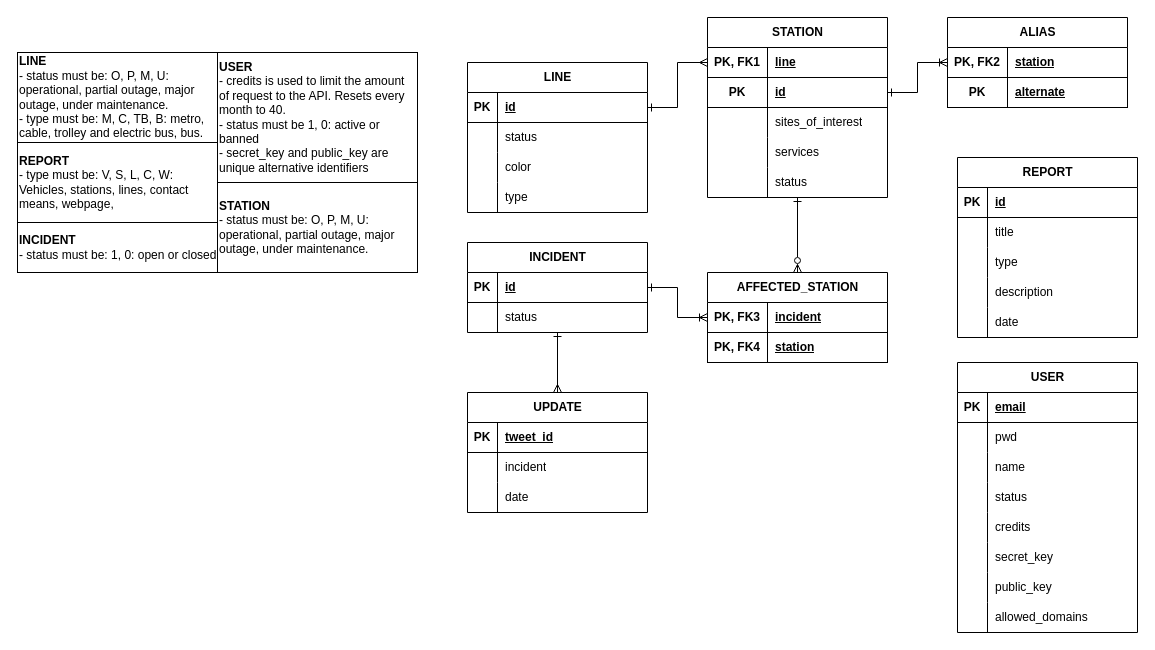
The draw.io diagram db.drawio in danielcgiraldo/metromap, before the edit. Source tidied: cells renumbered, new cells numbered last; positions are measured from the earlier drawing's top-left corner, leaving out a move shared by most shapes. Both pictures are drawn from the tidied source at 100%, with x=0, y=0 at pixel (17, 17).
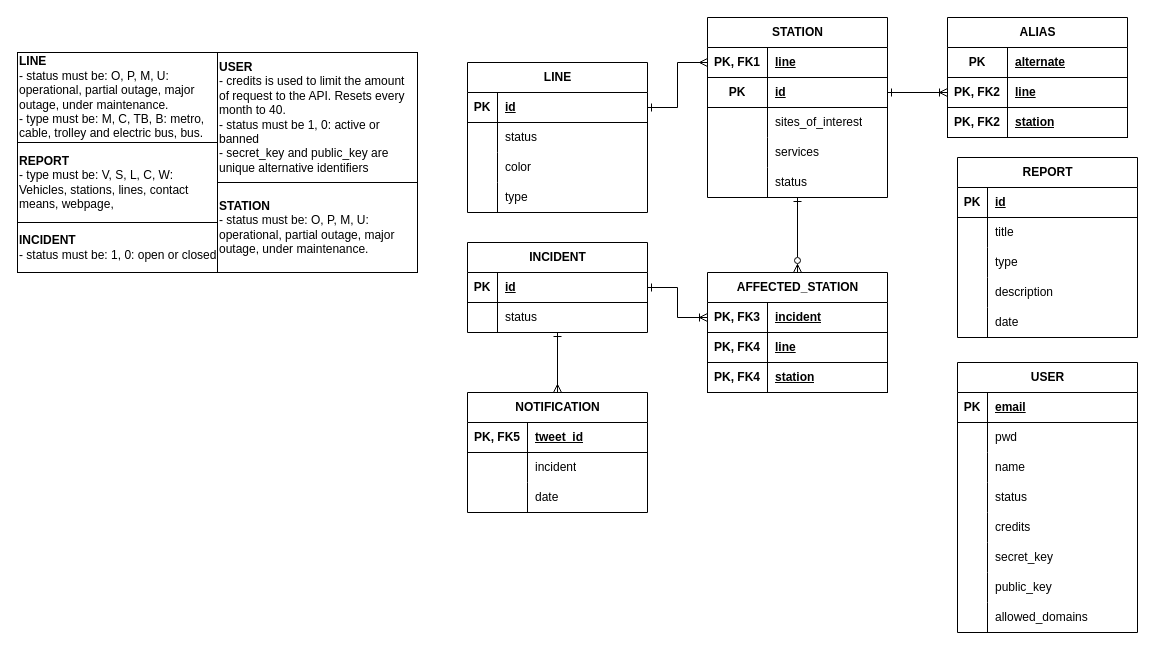
After the change.

The change refers to these unchanged cells:
```xml
<mxCell id="65" style="shape=tableRow;horizontal=0;startSize=0;swimlaneHead=0;swimlaneBody=0;fillColor=none;top=0;left=0;right=0;bottom=1;" parent="64" vertex="1">
  <mxGeometry y="30" width="180" height="30" as="geometry" />
</mxCell>
<mxCell id="68" style="shape=tableRow;horizontal=0;startSize=0;swimlaneHead=0;swimlaneBody=0;fillColor=none;top=0;left=0;right=0;bottom=0;" parent="64" vertex="1">
  <mxGeometry y="60" width="180" height="30" as="geometry" />
</mxCell>
<mxCell id="71" style="shape=tableRow;horizontal=0;startSize=0;swimlaneHead=0;swimlaneBody=0;fillColor=none;top=0;left=0;right=0;bottom=0;" parent="64" vertex="1">
  <mxGeometry y="90" width="180" height="30" as="geometry" />
</mxCell>
<mxCell id="107" style="shape=tableRow;horizontal=0;startSize=0;swimlaneHead=0;swimlaneBody=0;fillColor=none;top=0;left=0;right=0;bottom=1;strokeColor=default;swimlaneLine=1;" parent="103" vertex="1">
  <mxGeometry y="60" width="180" height="30" as="geometry" />
</mxCell>
```

The edit, as a diff of the source:
```diff
@@
-    <mxCell id="64" value="UPDATE" style="shape=table;startSize=30;childLayout=tableLayout;rowLines=0;fontStyle=1;align=center;html=1;" parent="1" vertex="1">
+    <mxCell id="64" value="NOTIFICATION" style="shape=table;startSize=30;childLayout=tableLayout;rowLines=0;fontStyle=1;align=center;html=1;" parent="1" vertex="1">
       <mxGeometry x="450" y="375" width="180" height="120" as="geometry" />
     </mxCell>
@@
-    <mxCell id="66" value="PK" style="shape=partialRectangle;fillColor=none;top=0;left=0;bottom=0;right=0;fontStyle=1;overflow=hidden;whiteSpace=wrap;html=1;" parent="65" vertex="1">
-      <mxGeometry width="30" height="30" as="geometry" />
+    <mxCell id="66" value="PK, FK5" style="shape=partialRectangle;fillColor=none;top=0;left=0;bottom=0;right=0;fontStyle=1;overflow=hidden;whiteSpace=wrap;html=1;" parent="65" vertex="1">
+      <mxGeometry width="60" height="30" as="geometry" />
     </mxCell>
     <mxCell id="67" value="tweet_id" style="shape=partialRectangle;fillColor=none;top=0;left=0;bottom=0;right=0;align=left;spacingLeft=6;fontStyle=5;overflow=hidden;whiteSpace=wrap;html=1;" parent="65" vertex="1">
-      <mxGeometry x="30" width="150" height="30" as="geometry" />
+      <mxGeometry x="60" width="120" height="30" as="geometry" />
     </mxCell>
@@
     <mxCell id="69" style="shape=partialRectangle;fillColor=none;top=0;left=0;bottom=0;right=0;overflow=hidden;whiteSpace=wrap;html=1;" parent="68" vertex="1">
-      <mxGeometry width="30" height="30" as="geometry" />
+      <mxGeometry width="60" height="30" as="geometry" />
     </mxCell>
     <mxCell id="70" value="incident" style="shape=partialRectangle;fillColor=none;top=0;left=0;bottom=0;right=0;align=left;spacingLeft=6;overflow=hidden;whiteSpace=wrap;html=1;" parent="68" vertex="1">
-      <mxGeometry x="30" width="150" height="30" as="geometry" />
+      <mxGeometry x="60" width="120" height="30" as="geometry" />
     </mxCell>
@@
     <mxCell id="72" style="shape=partialRectangle;fillColor=none;top=0;left=0;bottom=0;right=0;overflow=hidden;whiteSpace=wrap;html=1;" parent="71" vertex="1">
-      <mxGeometry width="30" height="30" as="geometry" />
+      <mxGeometry width="60" height="30" as="geometry" />
     </mxCell>
     <mxCell id="73" value="date" style="shape=partialRectangle;fillColor=none;top=0;left=0;bottom=0;right=0;align=left;spacingLeft=6;overflow=hidden;whiteSpace=wrap;html=1;" parent="71" vertex="1">
-      <mxGeometry x="30" width="150" height="30" as="geometry" />
+      <mxGeometry x="60" width="120" height="30" as="geometry" />
     </mxCell>
@@
     <mxCell id="95" value="ALIAS" style="shape=table;startSize=30;childLayout=tableLayout;rowLines=0;fontStyle=1;align=center;html=1;" parent="1" vertex="1">
-      <mxGeometry x="930" width="180" height="90" as="geometry" />
+      <mxGeometry x="930" width="180" height="120" as="geometry" />
     </mxCell>
+    <mxCell id="99" style="shape=tableRow;horizontal=0;startSize=0;swimlaneHead=0;swimlaneBody=0;fillColor=none;top=0;left=0;right=0;bottom=1;strokeColor=default;swimlaneLine=1;" parent="95" vertex="1">
+      <mxGeometry y="30" width="180" height="30" as="geometry" />
+    </mxCell>
+    <mxCell id="100" value="PK" style="shape=partialRectangle;fillColor=none;top=0;left=0;bottom=0;right=0;fontStyle=1;overflow=hidden;whiteSpace=wrap;html=1;shadow=0;strokeColor=default;strokeWidth=1;" parent="99" vertex="1">
+      <mxGeometry width="60" height="30" as="geometry" />
+    </mxCell>
+    <mxCell id="101" value="alternate" style="shape=partialRectangle;fillColor=none;top=0;left=0;bottom=0;right=0;align=left;spacingLeft=6;fontStyle=5;overflow=hidden;whiteSpace=wrap;html=1;shadow=0;strokeColor=default;strokeWidth=1;" parent="99" vertex="1">
+      <mxGeometry x="60" width="120" height="30" as="geometry" />
+    </mxCell>
     <mxCell id="96" style="shape=tableRow;horizontal=0;startSize=0;swimlaneHead=0;swimlaneBody=0;fillColor=none;points=[[0,0.5],[1,0.5]];portConstraint=eastwest;top=0;left=0;right=0;bottom=1;" parent="95" vertex="1">
-      <mxGeometry y="30" width="180" height="30" as="geometry" />
+      <mxGeometry y="60" width="180" height="30" as="geometry" />
     </mxCell>
@@
-    <mxCell id="98" value="station" style="shape=partialRectangle;fillColor=none;top=0;left=0;bottom=0;right=0;align=left;spacingLeft=6;fontStyle=5;overflow=hidden;whiteSpace=wrap;html=1;" parent="96" vertex="1">
+    <mxCell id="98" value="line" style="shape=partialRectangle;fillColor=none;top=0;left=0;bottom=0;right=0;align=left;spacingLeft=6;fontStyle=5;overflow=hidden;whiteSpace=wrap;html=1;" parent="96" vertex="1">
       <mxGeometry x="60" width="120" height="30" as="geometry" />
     </mxCell>
-    <mxCell id="99" style="shape=tableRow;horizontal=0;startSize=0;swimlaneHead=0;swimlaneBody=0;fillColor=none;top=0;left=0;right=0;bottom=1;strokeColor=default;swimlaneLine=1;" parent="95" vertex="1">
-      <mxGeometry y="60" width="180" height="30" as="geometry" />
-    </mxCell>
-    <mxCell id="100" value="PK" style="shape=partialRectangle;fillColor=none;top=0;left=0;bottom=0;right=0;fontStyle=1;overflow=hidden;whiteSpace=wrap;html=1;shadow=0;strokeColor=default;strokeWidth=1;" parent="99" vertex="1">
-      <mxGeometry width="60" height="30" as="geometry" />
-    </mxCell>
-    <mxCell id="101" value="alternate" style="shape=partialRectangle;fillColor=none;top=0;left=0;bottom=0;right=0;align=left;spacingLeft=6;fontStyle=5;overflow=hidden;whiteSpace=wrap;html=1;shadow=0;strokeColor=default;strokeWidth=1;" parent="99" vertex="1">
-      <mxGeometry x="60" width="120" height="30" as="geometry" />
-    </mxCell>
+    <mxCell id="113" style="shape=tableRow;horizontal=0;startSize=0;swimlaneHead=0;swimlaneBody=0;fillColor=none;top=0;left=0;right=0;bottom=1;" parent="95" vertex="1">
+      <mxGeometry y="90" width="180" height="30" as="geometry" />
+    </mxCell>
+    <mxCell id="114" value="PK, FK2" style="shape=partialRectangle;fillColor=none;top=0;left=0;bottom=0;right=0;fontStyle=1;overflow=hidden;whiteSpace=wrap;html=1;" parent="113" vertex="1">
+      <mxGeometry width="60" height="30" as="geometry" />
+    </mxCell>
+    <mxCell id="115" value="station" style="shape=partialRectangle;fillColor=none;top=0;left=0;bottom=0;right=0;align=left;spacingLeft=6;fontStyle=5;overflow=hidden;whiteSpace=wrap;html=1;" parent="113" vertex="1">
+      <mxGeometry x="60" width="120" height="30" as="geometry" />
+    </mxCell>
@@
     <mxCell id="103" value="AFFECTED_STATION" style="shape=table;startSize=30;childLayout=tableLayout;rowLines=0;fontStyle=1;align=center;html=1;" parent="1" vertex="1">
-      <mxGeometry x="690" y="255" width="180" height="90" as="geometry" />
+      <mxGeometry x="690" y="255" width="180" height="120" as="geometry" />
     </mxCell>
@@
-    <mxCell id="109" value="station" style="shape=partialRectangle;fillColor=none;top=0;left=0;bottom=0;right=0;align=left;spacingLeft=6;fontStyle=5;overflow=hidden;whiteSpace=wrap;html=1;shadow=0;strokeColor=default;strokeWidth=1;" parent="107" vertex="1">
+    <mxCell id="109" value="line" style="shape=partialRectangle;fillColor=none;top=0;left=0;bottom=0;right=0;align=left;spacingLeft=6;fontStyle=5;overflow=hidden;whiteSpace=wrap;html=1;shadow=0;strokeColor=default;strokeWidth=1;" parent="107" vertex="1">
       <mxGeometry x="60" width="120" height="30" as="geometry" />
     </mxCell>
+    <mxCell id="116" style="shape=tableRow;horizontal=0;startSize=0;swimlaneHead=0;swimlaneBody=0;fillColor=none;top=0;left=0;right=0;bottom=1;" parent="103" vertex="1">
+      <mxGeometry y="90" width="180" height="30" as="geometry" />
+    </mxCell>
+    <mxCell id="117" value="PK, FK4" style="shape=partialRectangle;fillColor=none;top=0;left=0;bottom=0;right=0;fontStyle=1;overflow=hidden;whiteSpace=wrap;html=1;" parent="116" vertex="1">
+      <mxGeometry width="60" height="30" as="geometry" />
+    </mxCell>
+    <mxCell id="118" value="station" style="shape=partialRectangle;fillColor=none;top=0;left=0;bottom=0;right=0;align=left;spacingLeft=6;fontStyle=5;overflow=hidden;whiteSpace=wrap;html=1;" parent="116" vertex="1">
+      <mxGeometry x="60" width="120" height="30" as="geometry" />
+    </mxCell>
```
